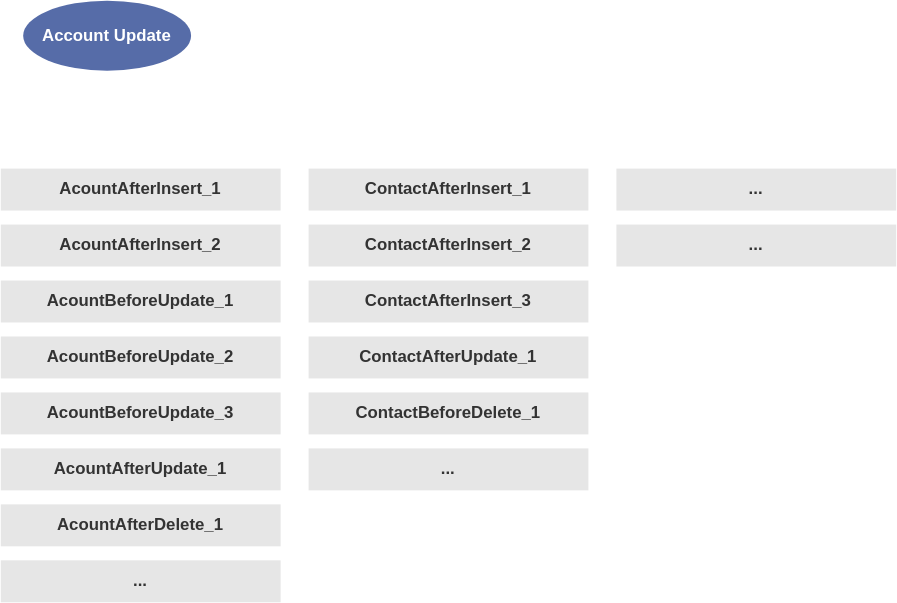
The draw.io diagram hwToolkit/resources/triggerDispatcher-Execution-1.svg in hwconsult/hwconsult.github.io, before a commit. Source tidied: cells renumbered, new cells last; positions are measured from the earlier drawing's top-left corner, leaving out a move shared by most shapes. Its diagram source:
```xml
<mxGraphModel>
  <root>
    <mxCell id="0" />
    <mxCell id="1" parent="0" />
    <mxCell id="2" value="AcountAfterInsert_1" style="rounded=0;whiteSpace=wrap;html=1;strokeColor=none;fillColor=#E6E6E6;fontColor=#333333;fontStyle=1;" parent="1" vertex="1">
      <mxGeometry y="120" width="200" height="30" as="geometry" />
    </mxCell>
    <mxCell id="3" value="AcountAfterUpdate_1" style="rounded=0;whiteSpace=wrap;html=1;strokeColor=none;fillColor=#E6E6E6;fontColor=#333333;fontStyle=1;" parent="1" vertex="1">
      <mxGeometry y="320" width="200" height="30" as="geometry" />
    </mxCell>
    <mxCell id="4" value="AcountBeforeUpdate_1" style="rounded=0;whiteSpace=wrap;html=1;strokeColor=none;fillColor=#E6E6E6;fontColor=#333333;fontStyle=1;" parent="1" vertex="1">
      <mxGeometry y="200" width="200" height="30" as="geometry" />
    </mxCell>
    <mxCell id="5" value="AcountAfterDelete_1" style="rounded=0;whiteSpace=wrap;html=1;strokeColor=none;fillColor=#E6E6E6;fontColor=#333333;fontStyle=1;" parent="1" vertex="1">
      <mxGeometry y="360" width="200" height="30" as="geometry" />
    </mxCell>
    <mxCell id="6" value="&lt;span style=&quot;font-weight: 700 ; white-space: normal&quot;&gt;Account Update&lt;/span&gt;" style="ellipse;whiteSpace=wrap;html=1;fillColor=#566CA8;fontColor=#FFFFFF;strokeColor=none;" parent="1" vertex="1">
      <mxGeometry x="16" width="120" height="50" as="geometry" />
    </mxCell>
    <mxCell id="7" value="AcountBeforeUpdate_2" style="rounded=0;whiteSpace=wrap;html=1;strokeColor=none;fillColor=#E6E6E6;fontColor=#333333;fontStyle=1;" parent="1" vertex="1">
      <mxGeometry y="240" width="200" height="30" as="geometry" />
    </mxCell>
    <mxCell id="8" value="AcountBeforeUpdate_3" style="rounded=0;whiteSpace=wrap;html=1;strokeColor=none;fillColor=#E6E6E6;fontColor=#333333;fontStyle=1;" parent="1" vertex="1">
      <mxGeometry y="280" width="200" height="30" as="geometry" />
    </mxCell>
    <mxCell id="9" value="AcountAfterInsert_2" style="rounded=0;whiteSpace=wrap;html=1;strokeColor=none;fillColor=#E6E6E6;fontColor=#333333;fontStyle=1;" parent="1" vertex="1">
      <mxGeometry y="160" width="200" height="30" as="geometry" />
    </mxCell>
    <mxCell id="10" value="ContactAfterInsert_1" style="rounded=0;whiteSpace=wrap;html=1;strokeColor=none;fillColor=#E6E6E6;fontColor=#333333;fontStyle=1;" parent="1" vertex="1">
      <mxGeometry x="220" y="120" width="200" height="30" as="geometry" />
    </mxCell>
    <mxCell id="11" value="ContactAfterUpdate_1" style="rounded=0;whiteSpace=wrap;html=1;strokeColor=none;fillColor=#E6E6E6;fontColor=#333333;fontStyle=1;" parent="1" vertex="1">
      <mxGeometry x="220" y="240" width="200" height="30" as="geometry" />
    </mxCell>
    <mxCell id="12" value="ContactBeforeDelete_1" style="rounded=0;whiteSpace=wrap;html=1;strokeColor=none;fillColor=#E6E6E6;fontColor=#333333;fontStyle=1;" parent="1" vertex="1">
      <mxGeometry x="220" y="280" width="200" height="30" as="geometry" />
    </mxCell>
    <mxCell id="13" value="ContactAfterInsert_2" style="rounded=0;whiteSpace=wrap;html=1;strokeColor=none;fillColor=#E6E6E6;fontColor=#333333;fontStyle=1;" parent="1" vertex="1">
      <mxGeometry x="220" y="160" width="200" height="30" as="geometry" />
    </mxCell>
    <mxCell id="14" value="ContactAfterInsert_3" style="rounded=0;whiteSpace=wrap;html=1;strokeColor=none;fillColor=#E6E6E6;fontColor=#333333;fontStyle=1;" parent="1" vertex="1">
      <mxGeometry x="220" y="200" width="200" height="30" as="geometry" />
    </mxCell>
    <mxCell id="15" value="..." style="rounded=0;whiteSpace=wrap;html=1;strokeColor=none;fillColor=#E6E6E6;fontColor=#333333;fontStyle=1;" parent="1" vertex="1">
      <mxGeometry y="400" width="200" height="30" as="geometry" />
    </mxCell>
    <mxCell id="16" value="..." style="rounded=0;whiteSpace=wrap;html=1;strokeColor=none;fillColor=#E6E6E6;fontColor=#333333;fontStyle=1;" parent="1" vertex="1">
      <mxGeometry x="220" y="320" width="200" height="30" as="geometry" />
    </mxCell>
    <mxCell id="17" value="..." style="rounded=0;whiteSpace=wrap;html=1;strokeColor=none;fillColor=#E6E6E6;fontColor=#333333;fontStyle=1;" parent="1" vertex="1">
      <mxGeometry x="440" y="120" width="200" height="30" as="geometry" />
    </mxCell>
    <mxCell id="18" value="..." style="rounded=0;whiteSpace=wrap;html=1;strokeColor=none;fillColor=#E6E6E6;fontColor=#333333;fontStyle=1;" parent="1" vertex="1">
      <mxGeometry x="440" y="160" width="200" height="30" as="geometry" />
    </mxCell>
  </root>
</mxGraphModel>
```
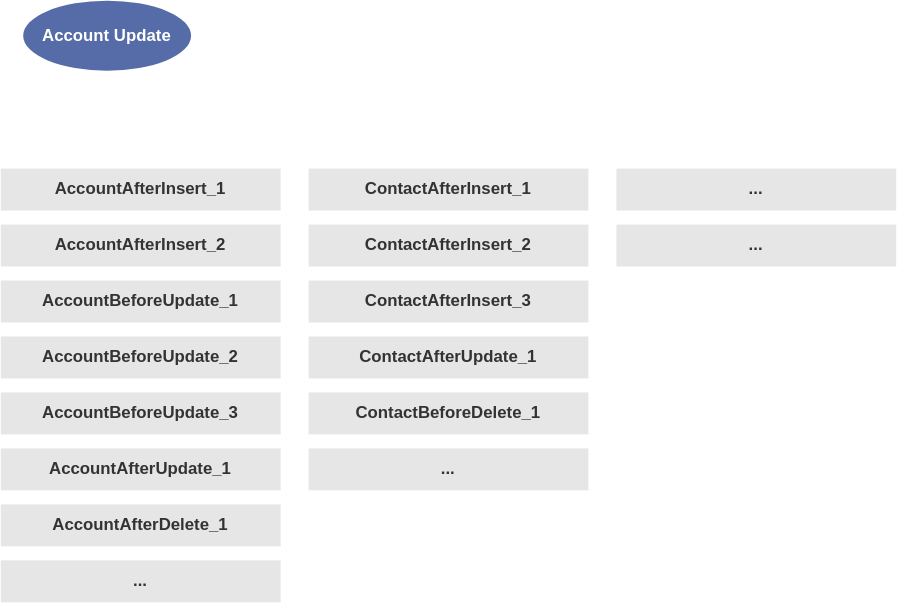
The same diagram one commit later.

Diff of the diagram source:
```diff
@@ -2,28 +2,28 @@
   <root>
     <mxCell id="0" />
     <mxCell id="1" parent="0" />
-    <mxCell id="2" value="AcountAfterInsert_1" style="rounded=0;whiteSpace=wrap;html=1;strokeColor=none;fillColor=#E6E6E6;fontColor=#333333;fontStyle=1;" parent="1" vertex="1">
+    <mxCell id="2" value="AccountAfterInsert_1" style="rounded=0;whiteSpace=wrap;html=1;strokeColor=none;fillColor=#E6E6E6;fontColor=#333333;fontStyle=1;" parent="1" vertex="1">
       <mxGeometry y="120" width="200" height="30" as="geometry" />
     </mxCell>
-    <mxCell id="3" value="AcountAfterUpdate_1" style="rounded=0;whiteSpace=wrap;html=1;strokeColor=none;fillColor=#E6E6E6;fontColor=#333333;fontStyle=1;" parent="1" vertex="1">
+    <mxCell id="3" value="AccountAfterUpdate_1" style="rounded=0;whiteSpace=wrap;html=1;strokeColor=none;fillColor=#E6E6E6;fontColor=#333333;fontStyle=1;" parent="1" vertex="1">
       <mxGeometry y="320" width="200" height="30" as="geometry" />
     </mxCell>
-    <mxCell id="4" value="AcountBeforeUpdate_1" style="rounded=0;whiteSpace=wrap;html=1;strokeColor=none;fillColor=#E6E6E6;fontColor=#333333;fontStyle=1;" parent="1" vertex="1">
+    <mxCell id="4" value="AccountBeforeUpdate_1" style="rounded=0;whiteSpace=wrap;html=1;strokeColor=none;fillColor=#E6E6E6;fontColor=#333333;fontStyle=1;" parent="1" vertex="1">
       <mxGeometry y="200" width="200" height="30" as="geometry" />
     </mxCell>
-    <mxCell id="5" value="AcountAfterDelete_1" style="rounded=0;whiteSpace=wrap;html=1;strokeColor=none;fillColor=#E6E6E6;fontColor=#333333;fontStyle=1;" parent="1" vertex="1">
+    <mxCell id="5" value="AccountAfterDelete_1" style="rounded=0;whiteSpace=wrap;html=1;strokeColor=none;fillColor=#E6E6E6;fontColor=#333333;fontStyle=1;" parent="1" vertex="1">
       <mxGeometry y="360" width="200" height="30" as="geometry" />
     </mxCell>
     <mxCell id="6" value="&lt;span style=&quot;font-weight: 700 ; white-space: normal&quot;&gt;Account Update&lt;/span&gt;" style="ellipse;whiteSpace=wrap;html=1;fillColor=#566CA8;fontColor=#FFFFFF;strokeColor=none;" parent="1" vertex="1">
       <mxGeometry x="16" width="120" height="50" as="geometry" />
     </mxCell>
-    <mxCell id="7" value="AcountBeforeUpdate_2" style="rounded=0;whiteSpace=wrap;html=1;strokeColor=none;fillColor=#E6E6E6;fontColor=#333333;fontStyle=1;" parent="1" vertex="1">
+    <mxCell id="7" value="AccountBeforeUpdate_2" style="rounded=0;whiteSpace=wrap;html=1;strokeColor=none;fillColor=#E6E6E6;fontColor=#333333;fontStyle=1;" parent="1" vertex="1">
       <mxGeometry y="240" width="200" height="30" as="geometry" />
     </mxCell>
-    <mxCell id="8" value="AcountBeforeUpdate_3" style="rounded=0;whiteSpace=wrap;html=1;strokeColor=none;fillColor=#E6E6E6;fontColor=#333333;fontStyle=1;" parent="1" vertex="1">
+    <mxCell id="8" value="AccountBeforeUpdate_3" style="rounded=0;whiteSpace=wrap;html=1;strokeColor=none;fillColor=#E6E6E6;fontColor=#333333;fontStyle=1;" parent="1" vertex="1">
       <mxGeometry y="280" width="200" height="30" as="geometry" />
     </mxCell>
-    <mxCell id="9" value="AcountAfterInsert_2" style="rounded=0;whiteSpace=wrap;html=1;strokeColor=none;fillColor=#E6E6E6;fontColor=#333333;fontStyle=1;" parent="1" vertex="1">
+    <mxCell id="9" value="AccountAfterInsert_2" style="rounded=0;whiteSpace=wrap;html=1;strokeColor=none;fillColor=#E6E6E6;fontColor=#333333;fontStyle=1;" parent="1" vertex="1">
       <mxGeometry y="160" width="200" height="30" as="geometry" />
     </mxCell>
     <mxCell id="10" value="ContactAfterInsert_1" style="rounded=0;whiteSpace=wrap;html=1;strokeColor=none;fillColor=#E6E6E6;fontColor=#333333;fontStyle=1;" parent="1" vertex="1">
```
